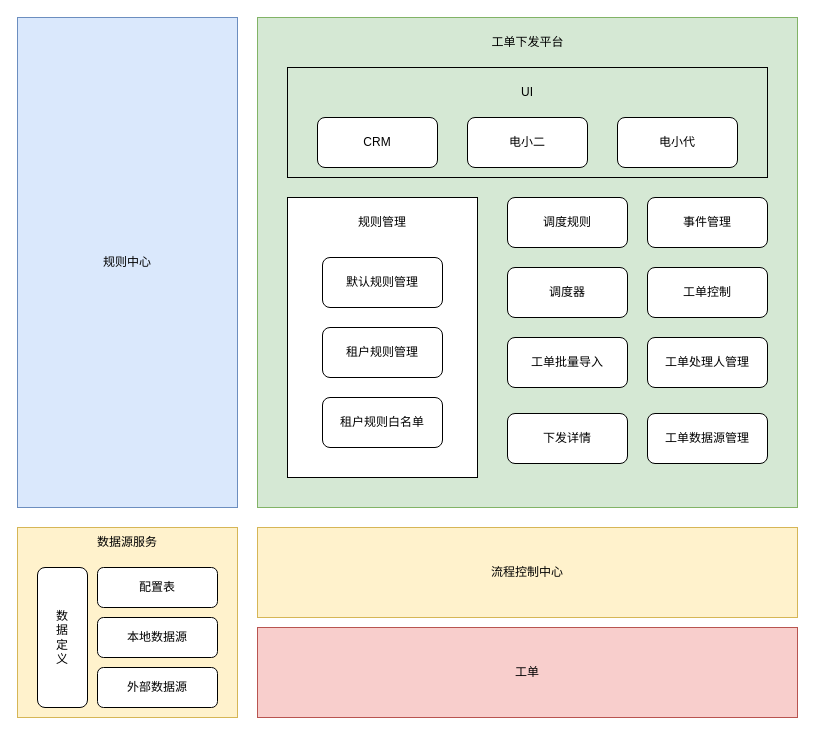
330129161/draw.io keeps this draw.io diagram as 工单业务架构.drawio. Above is the earlier version. Source tidied: cells renumbered, new cells numbered last; positions are measured from the earlier drawing's top-left corner, leaving out a move shared by most shapes. Both pictures are drawn from the tidied source at 100%, with x=0, y=0 at pixel (17, 17).
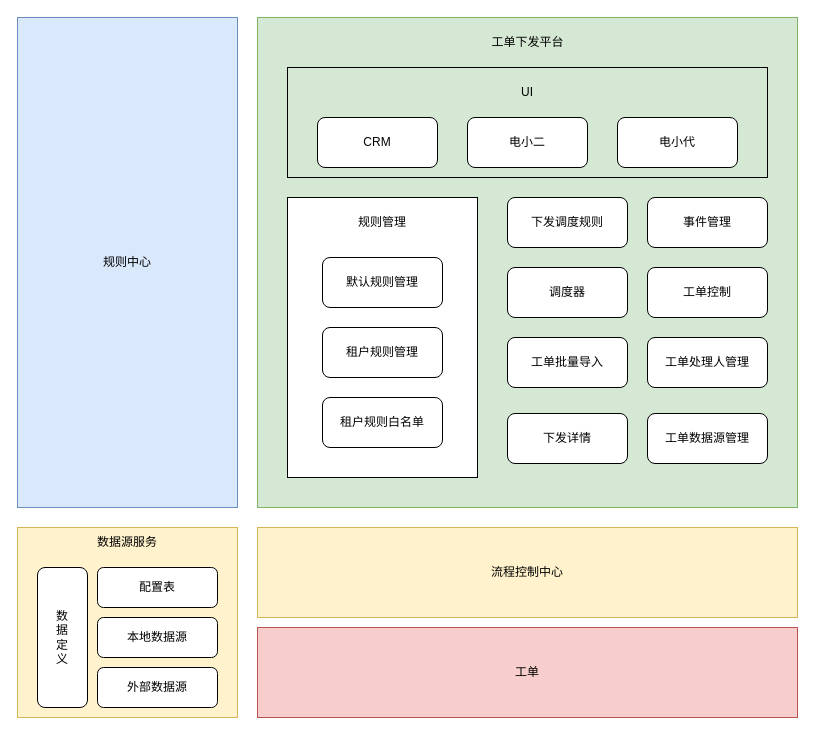
After the change.

Commit message (it also covers changes not shown here):
更新工单业务架构.drawio

Change to the diagram source:
```diff
@@
-    <mxCell id="16" value="调度规则" style="rounded=1;whiteSpace=wrap;html=1;" parent="1" vertex="1">
+    <mxCell id="16" value="下发调度规则" style="rounded=1;whiteSpace=wrap;html=1;" parent="1" vertex="1">
       <mxGeometry x="490" y="180" width="120" height="50" as="geometry" />
     </mxCell>
```
